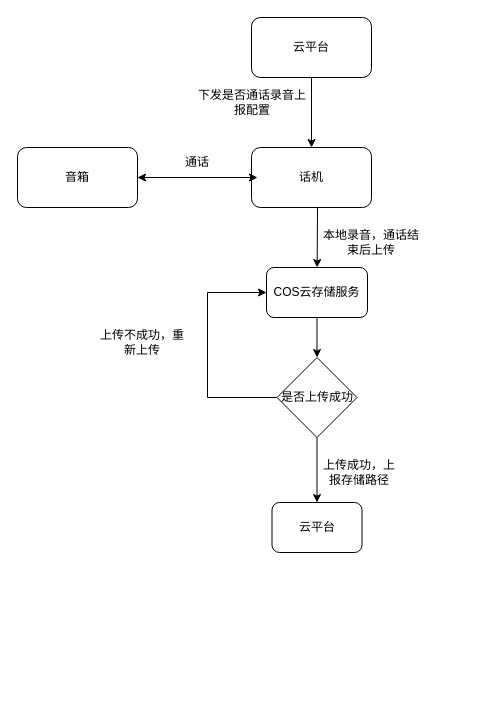
Earlier version of the draw.io diagram xzzh/话机上报通话.drawio (daniel-7d/draw). Source tidied: cells renumbered, new cells numbered last; positions are measured from the earlier drawing's top-left corner, leaving out a move shared by most shapes. Both pictures are drawn from the tidied source at 100%, with x=0, y=0 at pixel (17, 17).
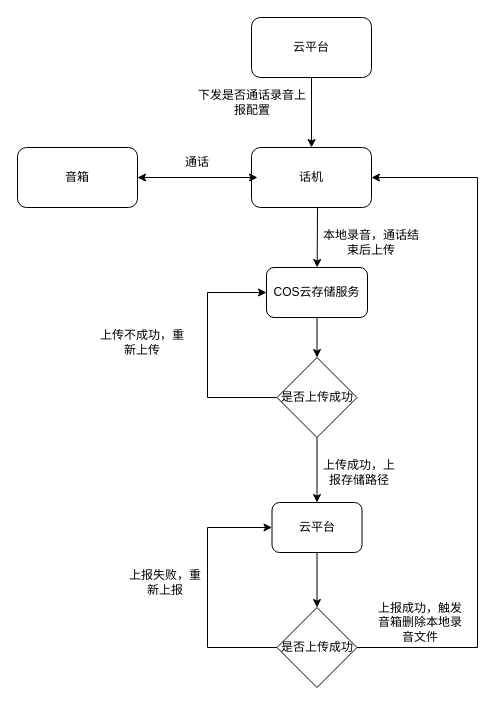
Above is the later version.

Commit message (it also covers changes not shown here):
更新话机上报通话.drawio

Unchanged cells that the change refers to:
```xml
<mxCell id="2" value="话机" style="rounded=1;whiteSpace=wrap;html=1;" parent="1" vertex="1">
  <mxGeometry x="234" y="130" width="120" height="60" as="geometry" />
</mxCell>
<mxCell id="8" value="云平台" style="rounded=1;whiteSpace=wrap;html=1;" parent="1" vertex="1">
  <mxGeometry x="254.5" y="485" width="90" height="50" as="geometry" />
</mxCell>
```

Diff of the diagram source:
```diff
@@
+    <mxCell id="19" style="edgeStyle=orthogonalEdgeStyle;rounded=0;jettySize=auto;html=1;exitX=0.5;exitY=1;exitDx=0;exitDy=0;" parent="1" edge="1" source="8" target="22">
+      <mxGeometry relative="1" as="geometry" />
+    </mxCell>
@@
+    <mxCell id="20" style="edgeStyle=orthogonalEdgeStyle;rounded=0;jettySize=auto;html=1;exitX=0;exitY=0.5;exitDx=0;exitDy=0;entryX=0;entryY=0.5;entryDx=0;entryDy=0;" parent="1" edge="1" source="22" target="8">
+      <mxGeometry relative="1" as="geometry">
+        <Array as="points">
+          <mxPoint x="190" y="630" />
+          <mxPoint x="190" y="510" />
+        </Array>
+      </mxGeometry>
+    </mxCell>
+    <mxCell id="21" style="edgeStyle=orthogonalEdgeStyle;rounded=0;jettySize=auto;html=1;exitX=1;exitY=0.5;exitDx=0;exitDy=0;entryX=1;entryY=0.5;entryDx=0;entryDy=0;" parent="1" edge="1" source="22" target="2">
+      <mxGeometry relative="1" as="geometry">
+        <Array as="points">
+          <mxPoint x="460" y="630" />
+          <mxPoint x="460" y="160" />
+        </Array>
+      </mxGeometry>
+    </mxCell>
+    <mxCell id="22" value="是否上传成功" style="rhombus;whiteSpace=wrap;html=1;" parent="1" vertex="1">
+      <mxGeometry x="259.5" y="590" width="80" height="80" as="geometry" />
+    </mxCell>
+    <mxCell id="23" value="上报失败，重新上报" style="text;html=1;strokeColor=none;fillColor=none;align=center;verticalAlign=middle;whiteSpace=wrap;rounded=0;" parent="1" vertex="1">
+      <mxGeometry x="110" y="550" width="76" height="30" as="geometry" />
+    </mxCell>
+    <mxCell id="24" value="上报成功，触发音箱删除本地录音文件" style="text;html=1;strokeColor=none;fillColor=none;align=center;verticalAlign=middle;whiteSpace=wrap;rounded=0;" parent="1" vertex="1">
+      <mxGeometry x="360" y="590" width="86" height="30" as="geometry" />
+    </mxCell>
```
